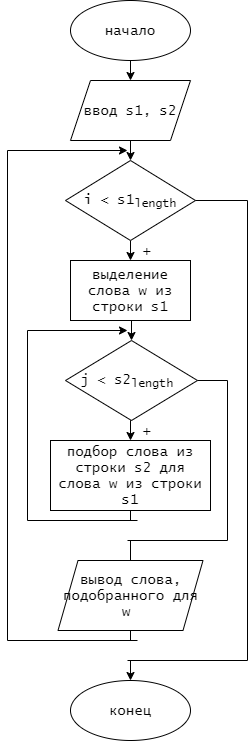
The draw.io diagram лр9/укруп.png in Aprokun/-, before a commit. Source tidied: cells renumbered, new cells last; positions are measured from the earlier drawing's top-left corner, leaving out a move shared by most shapes.
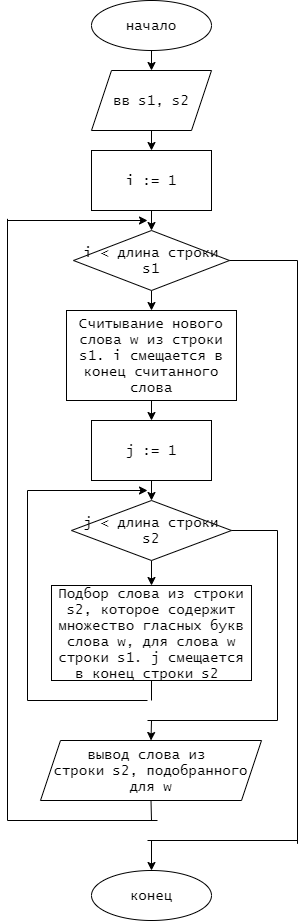
Later version of the same file.

The edit, as a diff of the source:
```diff
@@ -2,140 +2,146 @@
   <root>
     <mxCell id="0" />
     <mxCell id="1" parent="0" />
-    <mxCell id="2" style="edgeStyle=orthogonalEdgeStyle;rounded=0;jettySize=auto;html=1;exitX=0.5;exitY=1;exitDx=0;exitDy=0;entryX=0.5;entryY=0;entryDx=0;entryDy=0;fontFamily=Lucida Console;fontSize=14;" parent="1" edge="1" source="3" target="5">
-      <mxGeometry relative="1" as="geometry" />
-    </mxCell>
+    <mxCell id="33" style="edgeStyle=orthogonalEdgeStyle;rounded=0;jettySize=auto;html=1;exitX=0.5;exitY=1;exitDx=0;exitDy=0;entryX=0.5;entryY=0;entryDx=0;entryDy=0;fontFamily=Lucida Console;fontSize=14;" parent="1" edge="1" source="3" target="35">
+      <mxGeometry relative="1" as="geometry" />
+    </mxCell>
-    <mxCell id="3" value="начало" style="ellipse;whiteSpace=wrap;html=1;fontFamily=Lucida Console;fontSize=14;" parent="1" vertex="1">
-      <mxGeometry x="63" width="120" height="60" as="geometry" />
+    <mxCell id="3" value="начало" style="ellipse;whiteSpace=wrap;html=1;fontSize=14;fontFamily=Lucida Console;" parent="1" vertex="1">
+      <mxGeometry x="64" width="120" height="50" as="geometry" />
     </mxCell>
-    <mxCell id="4" style="edgeStyle=orthogonalEdgeStyle;rounded=0;jettySize=auto;html=1;exitX=0.5;exitY=1;exitDx=0;exitDy=0;entryX=0.5;entryY=0;entryDx=0;entryDy=0;fontFamily=Lucida Console;fontSize=14;" parent="1" edge="1" source="5" target="7">
-      <mxGeometry relative="1" as="geometry" />
-    </mxCell>
-    <mxCell id="5" value="ввод s1, s2" style="shape=parallelogram;perimeter=parallelogramPerimeter;whiteSpace=wrap;html=1;fixedSize=1;fontFamily=Lucida Console;fontSize=14;" parent="1" vertex="1">
-      <mxGeometry x="63" y="80" width="120" height="60" as="geometry" />
-    </mxCell>
-    <mxCell id="6" style="edgeStyle=orthogonalEdgeStyle;rounded=0;jettySize=auto;html=1;exitX=0.5;exitY=1;exitDx=0;exitDy=0;entryX=0.5;entryY=0;entryDx=0;entryDy=0;fontFamily=Lucida Console;fontSize=14;" parent="1" edge="1" source="7" target="9">
-      <mxGeometry relative="1" as="geometry" />
-    </mxCell>
-    <mxCell id="7" value="i &amp;lt; s1&lt;sub&gt;length&lt;/sub&gt;" style="rhombus;whiteSpace=wrap;html=1;fontFamily=Lucida Console;fontSize=14;" parent="1" vertex="1">
-      <mxGeometry x="58" y="160" width="130" height="80" as="geometry" />
-    </mxCell>
-    <mxCell id="8" style="edgeStyle=orthogonalEdgeStyle;rounded=0;jettySize=auto;html=1;exitX=0.5;exitY=1;exitDx=0;exitDy=0;entryX=0.5;entryY=0;entryDx=0;entryDy=0;fontFamily=Lucida Console;fontSize=14;" parent="1" edge="1" source="9" target="11">
-      <mxGeometry relative="1" as="geometry" />
-    </mxCell>
-    <mxCell id="9" value="выделение слова w из строки s1" style="rounded=0;whiteSpace=wrap;html=1;fontFamily=Lucida Console;fontSize=14;" parent="1" vertex="1">
-      <mxGeometry x="63" y="260" width="120" height="60" as="geometry" />
-    </mxCell>
-    <mxCell id="10" style="edgeStyle=orthogonalEdgeStyle;rounded=0;jettySize=auto;html=1;exitX=0.5;exitY=1;exitDx=0;exitDy=0;entryX=0.5;entryY=0;entryDx=0;entryDy=0;fontFamily=Lucida Console;fontSize=14;" parent="1" edge="1" source="11" target="12">
-      <mxGeometry relative="1" as="geometry" />
-    </mxCell>
-    <mxCell id="11" value="j &amp;lt; s2&lt;sub&gt;length&lt;/sub&gt;&amp;nbsp;" style="rhombus;whiteSpace=wrap;html=1;fontFamily=Lucida Console;fontSize=14;" parent="1" vertex="1">
-      <mxGeometry x="58" y="340" width="132" height="80" as="geometry" />
-    </mxCell>
-    <mxCell id="12" value="подбор слова из строки s2 для слова w из строки s1" style="rounded=0;whiteSpace=wrap;html=1;fontFamily=Lucida Console;fontSize=14;" parent="1" vertex="1">
-      <mxGeometry x="43" y="440" width="160" height="70" as="geometry" />
-    </mxCell>
-    <mxCell id="13" value="+" style="text;html=1;align=center;verticalAlign=middle;fontSize=14;fontFamily=Lucida Console;" parent="1" vertex="1">
-      <mxGeometry x="130" y="240" width="20" height="20" as="geometry" />
-    </mxCell>
-    <mxCell id="14" value="+" style="text;html=1;align=center;verticalAlign=middle;fontSize=14;fontFamily=Lucida Console;" parent="1" vertex="1">
-      <mxGeometry x="130" y="420" width="20" height="20" as="geometry" />
-    </mxCell>
-    <mxCell id="15" style="endArrow=none;html=1;fontFamily=Lucida Console;fontSize=14;entryX=0.5;entryY=1;entryDx=0;entryDy=0;" parent="1" edge="1" target="12">
-      <mxGeometry relative="1" as="geometry">
-        <mxPoint x="123" y="520" as="sourcePoint" />
-      </mxGeometry>
-    </mxCell>
-    <mxCell id="16" style="endArrow=none;html=1;fontFamily=Lucida Console;fontSize=14;" parent="1" edge="1">
-      <mxGeometry relative="1" as="geometry">
-        <mxPoint x="20" y="520" as="sourcePoint" />
-        <mxPoint x="130" y="520" as="targetPoint" />
-      </mxGeometry>
-    </mxCell>
-    <mxCell id="17" style="endArrow=none;html=1;fontFamily=Lucida Console;fontSize=14;" parent="1" edge="1">
-      <mxGeometry relative="1" as="geometry">
-        <mxPoint x="20" y="520" as="sourcePoint" />
-        <mxPoint x="20" y="330" as="targetPoint" />
-      </mxGeometry>
-    </mxCell>
-    <mxCell id="18" style="endArrow=classic;html=1;fontFamily=Lucida Console;fontSize=14;" parent="1" edge="1">
-      <mxGeometry relative="1" as="geometry">
-        <mxPoint x="20" y="330" as="sourcePoint" />
-        <mxPoint x="120" y="330" as="targetPoint" />
-      </mxGeometry>
-    </mxCell>
-    <mxCell id="19" style="endArrow=none;html=1;fontFamily=Lucida Console;fontSize=14;entryX=1;entryY=0.5;entryDx=0;entryDy=0;" parent="1" edge="1" target="11">
-      <mxGeometry relative="1" as="geometry">
-        <mxPoint x="220" y="380" as="sourcePoint" />
-      </mxGeometry>
-    </mxCell>
-    <mxCell id="20" style="endArrow=none;html=1;fontFamily=Lucida Console;fontSize=14;" parent="1" edge="1">
-      <mxGeometry relative="1" as="geometry">
-        <mxPoint x="220" y="540" as="sourcePoint" />
-        <mxPoint x="220" y="380" as="targetPoint" />
-      </mxGeometry>
-    </mxCell>
-    <mxCell id="21" style="endArrow=none;html=1;fontFamily=Lucida Console;fontSize=14;" parent="1" edge="1">
-      <mxGeometry relative="1" as="geometry">
-        <mxPoint x="220" y="540" as="sourcePoint" />
-        <mxPoint x="120" y="540" as="targetPoint" />
-      </mxGeometry>
-    </mxCell>
-    <mxCell id="22" style="endArrow=none;html=1;fontFamily=Lucida Console;fontSize=14;" parent="1" edge="1">
-      <mxGeometry relative="1" as="geometry">
-        <mxPoint y="640" as="sourcePoint" />
-        <mxPoint y="150" as="targetPoint" />
-      </mxGeometry>
-    </mxCell>
-    <mxCell id="23" style="endArrow=classic;html=1;fontFamily=Lucida Console;fontSize=14;" parent="1" edge="1">
-      <mxGeometry relative="1" as="geometry">
-        <mxPoint y="150" as="sourcePoint" />
-        <mxPoint x="120" y="150" as="targetPoint" />
-      </mxGeometry>
-    </mxCell>
-    <mxCell id="24" style="endArrow=none;html=1;fontFamily=Lucida Console;fontSize=14;entryX=0.5;entryY=0;entryDx=0;entryDy=0;" parent="1" edge="1" target="25">
-      <mxGeometry relative="1" as="geometry">
-        <mxPoint x="123" y="540" as="sourcePoint" />
-      </mxGeometry>
-    </mxCell>
-    <mxCell id="25" value="вывод слова, подобранного для w&amp;nbsp;" style="shape=parallelogram;perimeter=parallelogramPerimeter;whiteSpace=wrap;html=1;fixedSize=1;fontFamily=Lucida Console;fontSize=14;" parent="1" vertex="1">
-      <mxGeometry x="50.5" y="560" width="145" height="70" as="geometry" />
-    </mxCell>
-    <mxCell id="26" style="endArrow=none;html=1;fontFamily=Lucida Console;fontSize=14;entryX=0.5;entryY=1;entryDx=0;entryDy=0;" parent="1" edge="1" target="25">
-      <mxGeometry relative="1" as="geometry">
-        <mxPoint x="123" y="640" as="sourcePoint" />
-      </mxGeometry>
-    </mxCell>
-    <mxCell id="27" style="endArrow=none;html=1;fontFamily=Lucida Console;fontSize=14;" parent="1" edge="1">
-      <mxGeometry relative="1" as="geometry">
-        <mxPoint y="640" as="sourcePoint" />
-        <mxPoint x="130" y="640" as="targetPoint" />
-      </mxGeometry>
-    </mxCell>
-    <mxCell id="28" style="endArrow=none;html=1;fontFamily=Lucida Console;fontSize=14;entryX=1;entryY=0.5;entryDx=0;entryDy=0;" parent="1" edge="1" target="7">
-      <mxGeometry relative="1" as="geometry">
-        <mxPoint x="240" y="200" as="sourcePoint" />
-      </mxGeometry>
-    </mxCell>
-    <mxCell id="29" style="endArrow=none;html=1;fontFamily=Lucida Console;fontSize=14;" parent="1" edge="1">
-      <mxGeometry relative="1" as="geometry">
-        <mxPoint x="240" y="660" as="sourcePoint" />
-        <mxPoint x="240" y="200" as="targetPoint" />
-      </mxGeometry>
-    </mxCell>
-    <mxCell id="30" style="endArrow=none;html=1;fontFamily=Lucida Console;fontSize=14;" parent="1" edge="1">
-      <mxGeometry relative="1" as="geometry">
-        <mxPoint x="120" y="660" as="sourcePoint" />
-        <mxPoint x="240" y="660" as="targetPoint" />
-      </mxGeometry>
-    </mxCell>
+    <mxCell id="34" style="edgeStyle=orthogonalEdgeStyle;rounded=0;jettySize=auto;html=1;exitX=0.5;exitY=1;exitDx=0;exitDy=0;entryX=0.5;entryY=0;entryDx=0;entryDy=0;fontFamily=Lucida Console;fontSize=14;" parent="1" edge="1" source="35" target="37">
+      <mxGeometry relative="1" as="geometry" />
+    </mxCell>
+    <mxCell id="35" value="вв s1, s2" style="shape=parallelogram;perimeter=parallelogramPerimeter;whiteSpace=wrap;html=1;fixedSize=1;fontFamily=Lucida Console;fontSize=14;" parent="1" vertex="1">
+      <mxGeometry x="64" y="70" width="120" height="60" as="geometry" />
+    </mxCell>
+    <mxCell id="36" style="edgeStyle=orthogonalEdgeStyle;rounded=0;jettySize=auto;html=1;exitX=0.5;exitY=1;exitDx=0;exitDy=0;entryX=0.5;entryY=0;entryDx=0;entryDy=0;fontFamily=Lucida Console;fontSize=14;" parent="1" edge="1" source="37" target="39">
+      <mxGeometry relative="1" as="geometry" />
+    </mxCell>
+    <mxCell id="37" value="i := 1" style="rounded=0;whiteSpace=wrap;html=1;fontFamily=Lucida Console;fontSize=14;" parent="1" vertex="1">
+      <mxGeometry x="64" y="150" width="120" height="60" as="geometry" />
+    </mxCell>
+    <mxCell id="38" style="edgeStyle=orthogonalEdgeStyle;rounded=0;jettySize=auto;html=1;exitX=0.5;exitY=1;exitDx=0;exitDy=0;entryX=0.5;entryY=0;entryDx=0;entryDy=0;fontFamily=Lucida Console;fontSize=14;" parent="1" edge="1" source="39" target="41">
+      <mxGeometry relative="1" as="geometry" />
+    </mxCell>
+    <mxCell id="39" value="i &amp;lt; длина строки s1" style="rhombus;whiteSpace=wrap;html=1;fontFamily=Lucida Console;fontSize=14;" parent="1" vertex="1">
+      <mxGeometry x="46" y="230" width="156" height="60" as="geometry" />
+    </mxCell>
+    <mxCell id="40" style="edgeStyle=orthogonalEdgeStyle;rounded=0;jettySize=auto;html=1;exitX=0.5;exitY=1;exitDx=0;exitDy=0;entryX=0.5;entryY=0;entryDx=0;entryDy=0;fontFamily=Lucida Console;fontSize=14;" parent="1" edge="1" source="41" target="43">
+      <mxGeometry relative="1" as="geometry" />
+    </mxCell>
+    <mxCell id="41" value="Считывание нового слова w из строки s1. i смещается в конец считанного слова" style="rounded=0;whiteSpace=wrap;html=1;fontFamily=Lucida Console;fontSize=14;" parent="1" vertex="1">
+      <mxGeometry x="39" y="310" width="170" height="90" as="geometry" />
+    </mxCell>
+    <mxCell id="42" style="edgeStyle=orthogonalEdgeStyle;rounded=0;jettySize=auto;html=1;exitX=0.5;exitY=1;exitDx=0;exitDy=0;entryX=0.5;entryY=0;entryDx=0;entryDy=0;fontFamily=Lucida Console;fontSize=14;" parent="1" edge="1" source="43" target="45">
+      <mxGeometry relative="1" as="geometry" />
+    </mxCell>
+    <mxCell id="43" value="j := 1" style="rounded=0;whiteSpace=wrap;html=1;fontFamily=Lucida Console;fontSize=14;" parent="1" vertex="1">
+      <mxGeometry x="64" y="420" width="120" height="60" as="geometry" />
+    </mxCell>
+    <mxCell id="44" style="edgeStyle=orthogonalEdgeStyle;rounded=0;jettySize=auto;html=1;exitX=0.5;exitY=1;exitDx=0;exitDy=0;entryX=0.5;entryY=0;entryDx=0;entryDy=0;fontFamily=Lucida Console;fontSize=14;" parent="1" edge="1" source="45" target="46">
+      <mxGeometry relative="1" as="geometry" />
+    </mxCell>
+    <mxCell id="45" value="j &amp;lt; длина строки s2" style="rhombus;whiteSpace=wrap;html=1;fontFamily=Lucida Console;fontSize=14;" parent="1" vertex="1">
+      <mxGeometry x="44" y="500" width="160" height="60" as="geometry" />
+    </mxCell>
+    <mxCell id="46" value="Подбор слова из строки s2, которое содержит множество гласных букв слова w, для слова w строки s1. j смещается в конец строки s2&amp;nbsp;" style="rounded=0;whiteSpace=wrap;html=1;fontFamily=Lucida Console;fontSize=14;" parent="1" vertex="1">
+      <mxGeometry x="24" y="585" width="200" height="95" as="geometry" />
+    </mxCell>
+    <mxCell id="47" style="endArrow=none;html=1;fontFamily=Lucida Console;fontSize=14;entryX=0.5;entryY=1;entryDx=0;entryDy=0;" parent="1" edge="1" target="46">
+      <mxGeometry relative="1" as="geometry">
+        <mxPoint x="124" y="700" as="sourcePoint" />
+      </mxGeometry>
+    </mxCell>
+    <mxCell id="48" style="endArrow=none;html=1;fontFamily=Lucida Console;fontSize=14;" parent="1" edge="1">
+      <mxGeometry relative="1" as="geometry">
+        <mxPoint y="700" as="sourcePoint" />
+        <mxPoint x="120" y="700" as="targetPoint" />
+      </mxGeometry>
+    </mxCell>
+    <mxCell id="49" style="endArrow=none;html=1;fontFamily=Lucida Console;fontSize=14;" parent="1" edge="1">
+      <mxGeometry relative="1" as="geometry">
+        <mxPoint y="700" as="sourcePoint" />
+        <mxPoint y="490" as="targetPoint" />
+      </mxGeometry>
+    </mxCell>
+    <mxCell id="50" style="endArrow=classic;html=1;fontFamily=Lucida Console;fontSize=14;" parent="1" edge="1">
+      <mxGeometry relative="1" as="geometry">
+        <mxPoint y="490" as="sourcePoint" />
+        <mxPoint x="120" y="490" as="targetPoint" />
+      </mxGeometry>
+    </mxCell>
+    <mxCell id="51" style="endArrow=none;html=1;fontFamily=Lucida Console;fontSize=14;entryX=1;entryY=0.5;entryDx=0;entryDy=0;" parent="1" edge="1" target="45">
+      <mxGeometry relative="1" as="geometry">
+        <mxPoint x="250" y="530" as="sourcePoint" />
+      </mxGeometry>
+    </mxCell>
+    <mxCell id="52" style="endArrow=none;html=1;fontFamily=Lucida Console;fontSize=14;" parent="1" edge="1">
+      <mxGeometry relative="1" as="geometry">
+        <mxPoint x="250" y="720" as="sourcePoint" />
+        <mxPoint x="250" y="530" as="targetPoint" />
+      </mxGeometry>
+    </mxCell>
+    <mxCell id="53" style="endArrow=none;html=1;fontFamily=Lucida Console;fontSize=14;" parent="1" edge="1">
+      <mxGeometry relative="1" as="geometry">
+        <mxPoint x="120" y="720" as="sourcePoint" />
+        <mxPoint x="250" y="720" as="targetPoint" />
+      </mxGeometry>
+    </mxCell>
+    <mxCell id="54" value="вывод слова из &lt;br&gt;строки s2, подобранного для w" style="shape=parallelogram;perimeter=parallelogramPerimeter;whiteSpace=wrap;html=1;fixedSize=1;fontFamily=Lucida Console;fontSize=14;" parent="1" vertex="1">
+      <mxGeometry x="13" y="740" width="221" height="60" as="geometry" />
+    </mxCell>
+    <mxCell id="55" style="endArrow=classic;html=1;fontFamily=Lucida Console;fontSize=14;entryX=0.5;entryY=0;entryDx=0;entryDy=0;" parent="1" edge="1" target="54">
+      <mxGeometry relative="1" as="geometry">
+        <mxPoint x="124" y="720" as="sourcePoint" />
+      </mxGeometry>
+    </mxCell>
+    <mxCell id="56" style="endArrow=none;html=1;fontFamily=Lucida Console;fontSize=14;entryX=0.5;entryY=1;entryDx=0;entryDy=0;" parent="1" edge="1" target="54">
+      <mxGeometry relative="1" as="geometry">
+        <mxPoint x="124" y="820" as="sourcePoint" />
+      </mxGeometry>
+    </mxCell>
+    <mxCell id="57" style="endArrow=none;html=1;fontFamily=Lucida Console;fontSize=14;" parent="1" edge="1">
+      <mxGeometry relative="1" as="geometry">
+        <mxPoint x="-20" y="820" as="sourcePoint" />
+        <mxPoint x="130" y="820" as="targetPoint" />
+      </mxGeometry>
+    </mxCell>
+    <mxCell id="58" style="endArrow=none;html=1;fontFamily=Lucida Console;fontSize=14;" parent="1" edge="1">
+      <mxGeometry relative="1" as="geometry">
+        <mxPoint x="-20" y="820" as="sourcePoint" />
+        <mxPoint x="-20" y="218.3" as="targetPoint" />
+      </mxGeometry>
+    </mxCell>
+    <mxCell id="59" style="endArrow=classic;html=1;fontFamily=Lucida Console;fontSize=14;" parent="1" edge="1">
+      <mxGeometry relative="1" as="geometry">
+        <mxPoint x="-20" y="220" as="sourcePoint" />
+        <mxPoint x="120" y="220" as="targetPoint" />
+      </mxGeometry>
+    </mxCell>
+    <mxCell id="60" style="endArrow=none;html=1;fontFamily=Lucida Console;fontSize=14;entryX=1;entryY=0.5;entryDx=0;entryDy=0;" parent="1" edge="1" target="39">
+      <mxGeometry relative="1" as="geometry">
+        <mxPoint x="270" y="260" as="sourcePoint" />
+      </mxGeometry>
+    </mxCell>
+    <mxCell id="61" style="endArrow=none;html=1;fontFamily=Lucida Console;fontSize=14;" parent="1" edge="1">
+      <mxGeometry relative="1" as="geometry">
+        <mxPoint x="270" y="843.3" as="sourcePoint" />
+        <mxPoint x="270" y="260" as="targetPoint" />
+      </mxGeometry>
+    </mxCell>
+    <mxCell id="62" style="endArrow=none;html=1;fontFamily=Lucida Console;fontSize=14;" parent="1" edge="1">
+      <mxGeometry relative="1" as="geometry">
+        <mxPoint x="120" y="840" as="sourcePoint" />
+        <mxPoint x="270" y="840" as="targetPoint" />
+      </mxGeometry>
+    </mxCell>
     <mxCell id="31" value="конец" style="ellipse;whiteSpace=wrap;html=1;fontFamily=Lucida Console;fontSize=14;" parent="1" vertex="1">
-      <mxGeometry x="63" y="680" width="120" height="60" as="geometry" />
+      <mxGeometry x="64" y="870" width="120" height="50" as="geometry" />
     </mxCell>
-    <mxCell id="32" style="endArrow=classic;html=1;fontFamily=Lucida Console;fontSize=14;entryX=0.5;entryY=0;entryDx=0;entryDy=0;" parent="1" edge="1" target="31">
-      <mxGeometry relative="1" as="geometry">
-        <mxPoint x="123" y="660" as="sourcePoint" />
-      </mxGeometry>
-    </mxCell>
+    <mxCell id="63" style="endArrow=classic;html=1;fontFamily=Lucida Console;fontSize=14;entryX=0.5;entryY=0;entryDx=0;entryDy=0;" parent="1" edge="1" target="31">
+      <mxGeometry relative="1" as="geometry">
+        <mxPoint x="124" y="840" as="sourcePoint" />
+      </mxGeometry>
+    </mxCell>
   </root>
 </mxGraphModel>
```
